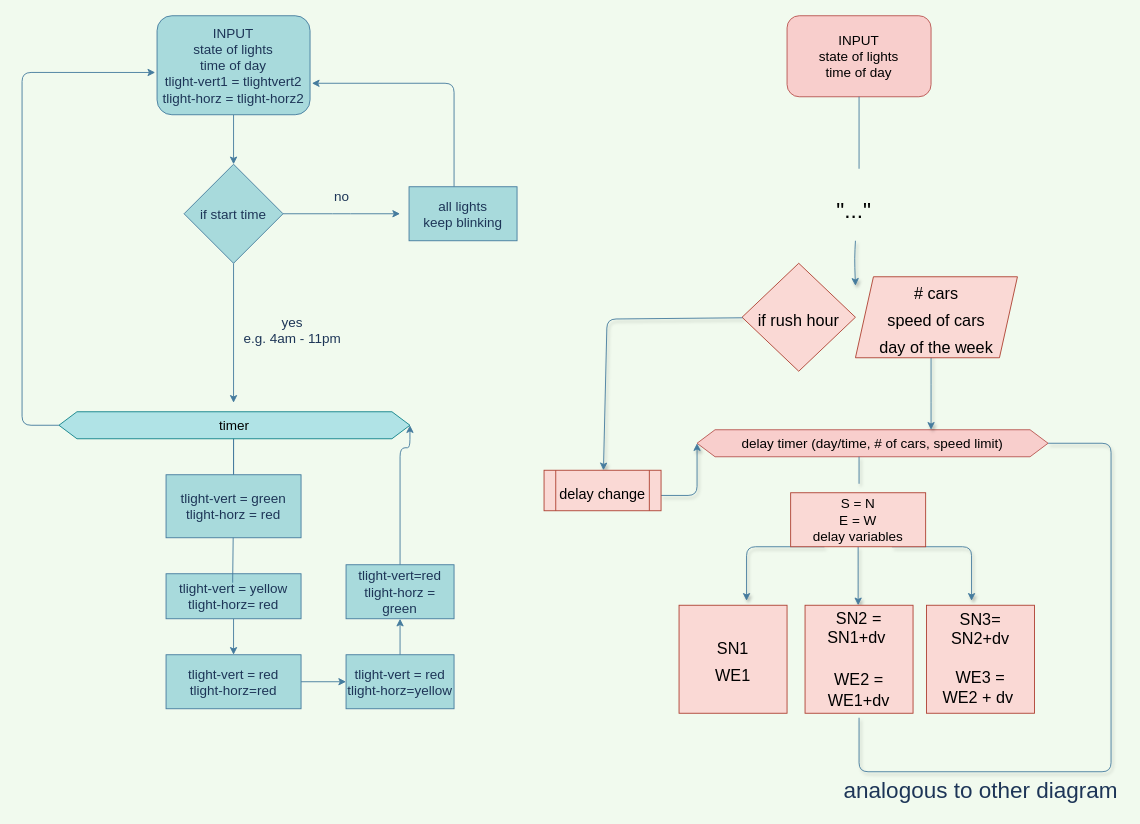
Before: challenge2.drawio in Eikaron/FE21-Algorithms-DAY1-AronMichael, a draw.io diagram. Source tidied: cells renumbered, new cells numbered last; positions are measured from the earlier drawing's top-left corner, leaving out a move shared by most shapes. Both pictures are drawn from the tidied source at 90%, with x=0, y=0 at pixel (22, 15).
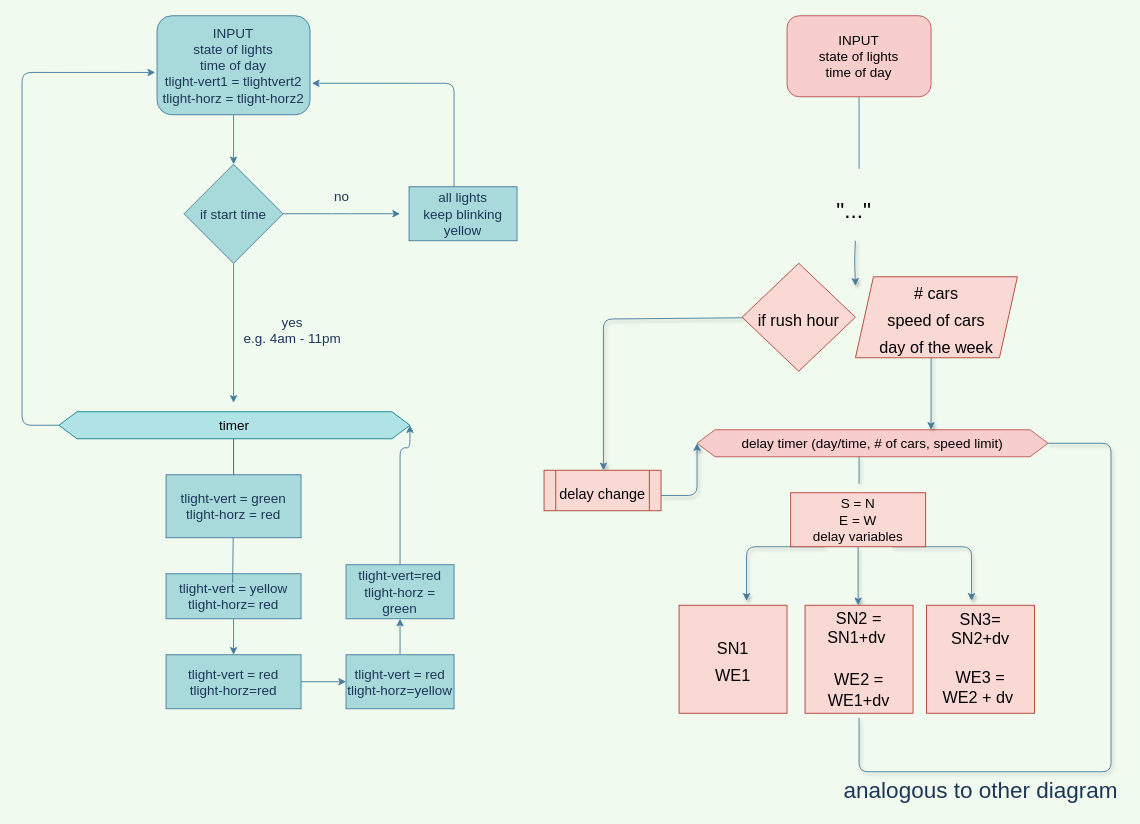
After the change.

The change refers to these unchanged cells:
```xml
<mxCell id="41" value="&lt;font style=&quot;font-size: 18px&quot;&gt;if rush hour&lt;/font&gt;" style="rhombus;whiteSpace=wrap;html=1;rounded=0;sketch=0;fontSize=25;strokeColor=#ae4132;fillColor=#fad9d5;" parent="1" vertex="1">
  <mxGeometry x="800" y="275" width="126" height="120" as="geometry" />
</mxCell>
```

The edit, as a diff of the source:
```diff
@@
-    <mxCell id="10" value="all lights&lt;br&gt;keep blinking" style="whiteSpace=wrap;html=1;rounded=0;sketch=0;fontSize=15;fontColor=#1D3557;strokeColor=#457B9D;fillColor=#A8DADC;" parent="1" vertex="1">
+    <mxCell id="10" value="all lights&lt;br&gt;keep blinking yellow" style="whiteSpace=wrap;html=1;rounded=0;sketch=0;fontSize=15;fontColor=#1D3557;strokeColor=#457B9D;fillColor=#A8DADC;" parent="1" vertex="1">
       <mxGeometry x="430" y="190" width="120" height="60" as="geometry" />
     </mxCell>
@@
     <mxCell id="42" style="endArrow=classic;html=1;shadow=1;fontSize=25;fontColor=#1D3557;strokeColor=#457B9D;fillColor=#A8DADC;" parent="1" edge="1" source="41">
       <mxGeometry relative="1" as="geometry">
         <mxPoint x="646" y="505" as="targetPoint" />
         <Array as="points">
-          <mxPoint x="650" y="337" />
+          <mxPoint x="646" y="337" />
         </Array>
       </mxGeometry>
     </mxCell>
```
